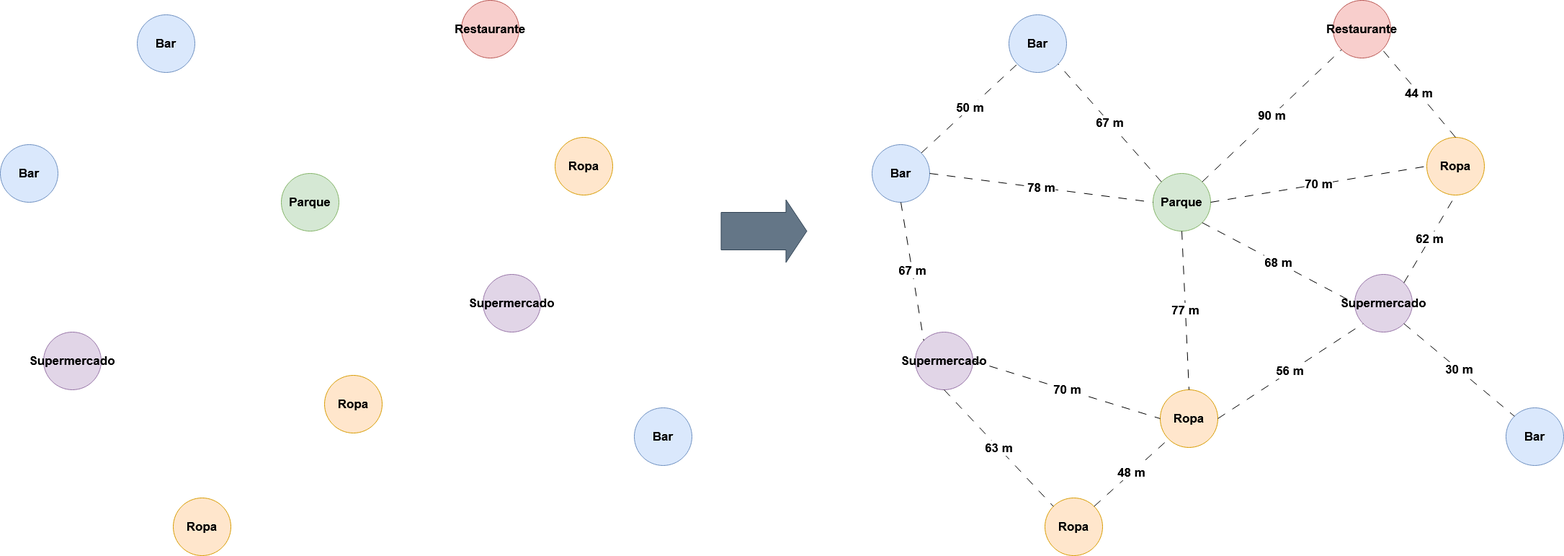
Above: memoria/img/Places.png in mariohu2001/TFG-Urban-Street-Mapping-Transfer (draw.io), before the change. Source tidied: cells renumbered, new cells last; positions are measured from the earlier drawing's top-left corner, leaving out a move shared by most shapes.
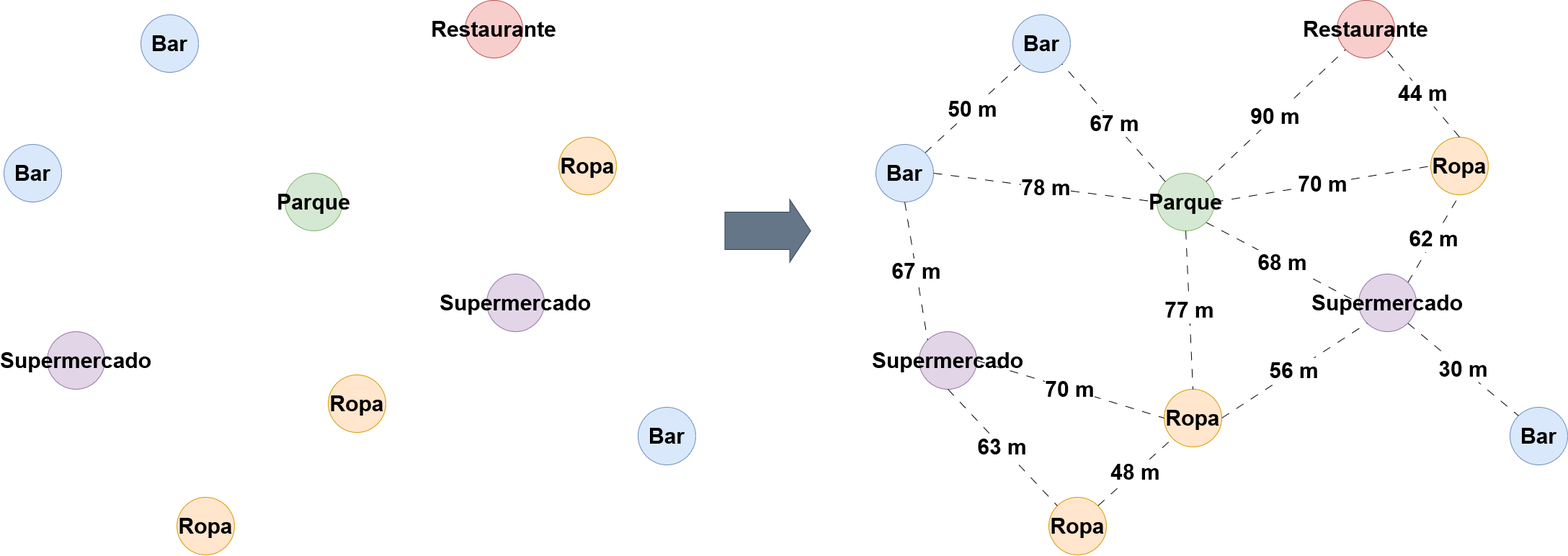
Later version of the same file.

Diff of the diagram source:
```diff
@@ -2,115 +2,115 @@
   <root>
     <mxCell id="0" />
     <mxCell id="1" parent="0" />
-    <mxCell id="2" value="Bar" style="ellipse;whiteSpace=wrap;html=1;fillColor=#dae8fc;strokeColor=#6c8ebf;fontSize=17;fontStyle=1;" parent="1" vertex="1">
+    <mxCell id="2" value="Bar" style="ellipse;whiteSpace=wrap;html=1;fillColor=#dae8fc;strokeColor=#6c8ebf;fontSize=30;fontStyle=1;" parent="1" vertex="1">
       <mxGeometry x="190" y="20" width="80" height="80" as="geometry" />
     </mxCell>
-    <mxCell id="3" value="Bar" style="ellipse;whiteSpace=wrap;html=1;fillColor=#dae8fc;strokeColor=#6c8ebf;fontSize=17;fontStyle=1;" parent="1" vertex="1">
+    <mxCell id="3" value="Bar" style="ellipse;whiteSpace=wrap;html=1;fillColor=#dae8fc;strokeColor=#6c8ebf;fontSize=30;fontStyle=1;" parent="1" vertex="1">
       <mxGeometry y="200" width="80" height="80" as="geometry" />
     </mxCell>
-    <mxCell id="4" value="Supermercado" style="ellipse;whiteSpace=wrap;html=1;fillColor=#e1d5e7;strokeColor=#9673a6;fontSize=17;fontStyle=1;" parent="1" vertex="1">
+    <mxCell id="4" value="Supermercado" style="ellipse;whiteSpace=wrap;html=1;fillColor=#e1d5e7;strokeColor=#9673a6;fontSize=30;fontStyle=1;" parent="1" vertex="1">
       <mxGeometry x="60" y="460" width="80" height="80" as="geometry" />
     </mxCell>
-    <mxCell id="5" value="Ropa" style="ellipse;whiteSpace=wrap;html=1;fillColor=#ffe6cc;strokeColor=#d79b00;fontSize=17;fontStyle=1;" parent="1" vertex="1">
+    <mxCell id="5" value="Ropa" style="ellipse;whiteSpace=wrap;html=1;fillColor=#ffe6cc;strokeColor=#d79b00;fontSize=30;fontStyle=1;" parent="1" vertex="1">
       <mxGeometry x="450" y="520" width="80" height="80" as="geometry" />
     </mxCell>
-    <mxCell id="6" value="Ropa" style="ellipse;whiteSpace=wrap;html=1;fillColor=#ffe6cc;strokeColor=#d79b00;fontSize=17;fontStyle=1;" parent="1" vertex="1">
+    <mxCell id="6" value="Ropa" style="ellipse;whiteSpace=wrap;html=1;fillColor=#ffe6cc;strokeColor=#d79b00;fontSize=30;fontStyle=1;" parent="1" vertex="1">
       <mxGeometry x="240" y="690" width="80" height="80" as="geometry" />
     </mxCell>
-    <mxCell id="7" value="Supermercado" style="ellipse;whiteSpace=wrap;html=1;fillColor=#e1d5e7;strokeColor=#9673a6;fontSize=17;fontStyle=1;" parent="1" vertex="1">
+    <mxCell id="7" value="Supermercado" style="ellipse;whiteSpace=wrap;html=1;fillColor=#e1d5e7;strokeColor=#9673a6;fontSize=30;fontStyle=1;" parent="1" vertex="1">
       <mxGeometry x="670" y="380" width="80" height="80" as="geometry" />
     </mxCell>
-    <mxCell id="8" value="Bar" style="ellipse;whiteSpace=wrap;html=1;fillColor=#dae8fc;strokeColor=#6c8ebf;fontSize=17;fontStyle=1;" parent="1" vertex="1">
+    <mxCell id="8" value="Bar" style="ellipse;whiteSpace=wrap;html=1;fillColor=#dae8fc;strokeColor=#6c8ebf;fontSize=30;fontStyle=1;" parent="1" vertex="1">
       <mxGeometry x="880" y="565" width="80" height="80" as="geometry" />
     </mxCell>
-    <mxCell id="9" value="Parque" style="ellipse;whiteSpace=wrap;html=1;fillColor=#d5e8d4;strokeColor=#82b366;fontSize=17;fontStyle=1;" parent="1" vertex="1">
+    <mxCell id="9" value="Parque" style="ellipse;whiteSpace=wrap;html=1;fillColor=#d5e8d4;strokeColor=#82b366;fontSize=30;fontStyle=1;" parent="1" vertex="1">
       <mxGeometry x="390" y="240" width="80" height="80" as="geometry" />
     </mxCell>
-    <mxCell id="10" value="Restaurante" style="ellipse;whiteSpace=wrap;html=1;fillColor=#f8cecc;strokeColor=#b85450;fontSize=17;fontStyle=1;" parent="1" vertex="1">
+    <mxCell id="10" value="Restaurante" style="ellipse;whiteSpace=wrap;html=1;fillColor=#f8cecc;strokeColor=#b85450;fontSize=30;fontStyle=1;" parent="1" vertex="1">
       <mxGeometry x="640" width="80" height="80" as="geometry" />
     </mxCell>
-    <mxCell id="11" value="Ropa" style="ellipse;whiteSpace=wrap;html=1;fillColor=#ffe6cc;strokeColor=#d79b00;fontSize=17;fontStyle=1;" parent="1" vertex="1">
+    <mxCell id="11" value="Ropa" style="ellipse;whiteSpace=wrap;html=1;fillColor=#ffe6cc;strokeColor=#d79b00;fontSize=30;fontStyle=1;" parent="1" vertex="1">
       <mxGeometry x="770" y="190" width="80" height="80" as="geometry" />
     </mxCell>
-    <mxCell id="12" style="shape=flexArrow;endArrow=classic;html=1;rounded=0;strokeWidth=1;arcSize=20;endSize=9.33;startSize=12;endWidth=34;width=52;fillColor=#647687;strokeColor=#314354;" parent="1" edge="1">
+    <mxCell id="12" style="shape=flexArrow;endArrow=classic;html=1;rounded=0;strokeWidth=1;arcSize=20;endSize=9.33;startSize=12;endWidth=34;width=52;fillColor=#647687;strokeColor=#314354;fontSize=30;" parent="1" edge="1">
       <mxGeometry relative="1" as="geometry">
         <mxPoint x="1000" y="320" as="sourcePoint" />
         <mxPoint x="1120" y="320" as="targetPoint" />
       </mxGeometry>
     </mxCell>
-    <mxCell id="13" value="Bar" style="ellipse;whiteSpace=wrap;html=1;fillColor=#dae8fc;strokeColor=#6c8ebf;fontStyle=1;fontSize=17;" parent="1" vertex="1">
+    <mxCell id="13" value="Bar" style="ellipse;whiteSpace=wrap;html=1;fillColor=#dae8fc;strokeColor=#6c8ebf;fontStyle=1;fontSize=30;" parent="1" vertex="1">
       <mxGeometry x="1400" y="20" width="80" height="80" as="geometry" />
     </mxCell>
-    <mxCell id="14" value="50 m" style="rounded=0;jettySize=auto;html=1;exitX=1;exitY=0;exitDx=0;exitDy=0;entryX=0;entryY=1;entryDx=0;entryDy=0;endArrow=none;endFill=0;dashed=1;dashPattern=12 12;fontSize=17;fontStyle=1;" parent="1" edge="1" source="15" target="13">
+    <mxCell id="14" value="50 m" style="rounded=0;jettySize=auto;html=1;exitX=1;exitY=0;exitDx=0;exitDy=0;entryX=0;entryY=1;entryDx=0;entryDy=0;endArrow=none;endFill=0;dashed=1;dashPattern=12 12;fontSize=30;fontStyle=1;" parent="1" edge="1" source="15" target="13">
       <mxGeometry relative="1" as="geometry" />
     </mxCell>
-    <mxCell id="15" value="Bar" style="ellipse;whiteSpace=wrap;html=1;fillColor=#dae8fc;strokeColor=#6c8ebf;fontStyle=1;fontSize=17;" parent="1" vertex="1">
+    <mxCell id="15" value="Bar" style="ellipse;whiteSpace=wrap;html=1;fillColor=#dae8fc;strokeColor=#6c8ebf;fontStyle=1;fontSize=30;" parent="1" vertex="1">
       <mxGeometry x="1210" y="200" width="80" height="80" as="geometry" />
     </mxCell>
-    <mxCell id="16" value="Supermercado" style="ellipse;whiteSpace=wrap;html=1;fillColor=#e1d5e7;strokeColor=#9673a6;fontStyle=1;fontSize=17;" parent="1" vertex="1">
+    <mxCell id="16" value="Supermercado" style="ellipse;whiteSpace=wrap;html=1;fillColor=#e1d5e7;strokeColor=#9673a6;fontStyle=1;fontSize=30;" parent="1" vertex="1">
       <mxGeometry x="1270" y="460" width="80" height="80" as="geometry" />
     </mxCell>
-    <mxCell id="17" value="Ropa" style="ellipse;whiteSpace=wrap;html=1;fillColor=#ffe6cc;strokeColor=#d79b00;fontStyle=1;fontSize=17;" parent="1" vertex="1">
+    <mxCell id="17" value="Ropa" style="ellipse;whiteSpace=wrap;html=1;fillColor=#ffe6cc;strokeColor=#d79b00;fontStyle=1;fontSize=30;" parent="1" vertex="1">
       <mxGeometry x="1610" y="540" width="80" height="80" as="geometry" />
     </mxCell>
-    <mxCell id="18" value="Ropa" style="ellipse;whiteSpace=wrap;html=1;fillColor=#ffe6cc;strokeColor=#d79b00;fontStyle=1;fontSize=17;" parent="1" vertex="1">
+    <mxCell id="18" value="Ropa" style="ellipse;whiteSpace=wrap;html=1;fillColor=#ffe6cc;strokeColor=#d79b00;fontStyle=1;fontSize=30;" parent="1" vertex="1">
       <mxGeometry x="1450" y="690" width="80" height="80" as="geometry" />
     </mxCell>
-    <mxCell id="19" value="Supermercado" style="ellipse;whiteSpace=wrap;html=1;fillColor=#e1d5e7;strokeColor=#9673a6;fontStyle=1;fontSize=17;" parent="1" vertex="1">
+    <mxCell id="19" value="Supermercado" style="ellipse;whiteSpace=wrap;html=1;fillColor=#e1d5e7;strokeColor=#9673a6;fontStyle=1;fontSize=30;" parent="1" vertex="1">
       <mxGeometry x="1880" y="380" width="80" height="80" as="geometry" />
     </mxCell>
-    <mxCell id="20" value="Bar" style="ellipse;whiteSpace=wrap;html=1;fillColor=#dae8fc;strokeColor=#6c8ebf;fontStyle=1;fontSize=17;" parent="1" vertex="1">
+    <mxCell id="20" value="Bar" style="ellipse;whiteSpace=wrap;html=1;fillColor=#dae8fc;strokeColor=#6c8ebf;fontStyle=1;fontSize=30;" parent="1" vertex="1">
       <mxGeometry x="2090" y="565" width="80" height="80" as="geometry" />
     </mxCell>
-    <mxCell id="21" value="Parque" style="ellipse;whiteSpace=wrap;html=1;fillColor=#d5e8d4;strokeColor=#82b366;fontStyle=1;fontSize=17;" parent="1" vertex="1">
+    <mxCell id="21" value="Parque" style="ellipse;whiteSpace=wrap;html=1;fillColor=#d5e8d4;strokeColor=#82b366;fontStyle=1;fontSize=30;" parent="1" vertex="1">
       <mxGeometry x="1600" y="240" width="80" height="80" as="geometry" />
     </mxCell>
-    <mxCell id="22" value="Restaurante" style="ellipse;whiteSpace=wrap;html=1;fillColor=#f8cecc;strokeColor=#b85450;fontStyle=1;fontSize=17;" parent="1" vertex="1">
+    <mxCell id="22" value="Restaurante" style="ellipse;whiteSpace=wrap;html=1;fillColor=#f8cecc;strokeColor=#b85450;fontStyle=1;fontSize=30;" parent="1" vertex="1">
       <mxGeometry x="1850" width="80" height="80" as="geometry" />
     </mxCell>
-    <mxCell id="23" value="Ropa" style="ellipse;whiteSpace=wrap;html=1;fillColor=#ffe6cc;strokeColor=#d79b00;fontStyle=1;fontSize=17;" parent="1" vertex="1">
+    <mxCell id="23" value="Ropa" style="ellipse;whiteSpace=wrap;html=1;fillColor=#ffe6cc;strokeColor=#d79b00;fontStyle=1;fontSize=30;" parent="1" vertex="1">
       <mxGeometry x="1980" y="190" width="80" height="80" as="geometry" />
     </mxCell>
-    <mxCell id="24" value="67 m" style="rounded=0;jettySize=auto;html=1;exitX=0;exitY=0;exitDx=0;exitDy=0;entryX=1;entryY=1;entryDx=0;entryDy=0;endArrow=none;endFill=0;dashed=1;dashPattern=12 12;fontSize=17;fontStyle=1;" parent="1" edge="1" source="21" target="13">
+    <mxCell id="24" value="67 m" style="rounded=0;jettySize=auto;html=1;exitX=0;exitY=0;exitDx=0;exitDy=0;entryX=1;entryY=1;entryDx=0;entryDy=0;endArrow=none;endFill=0;dashed=1;dashPattern=12 12;fontSize=30;fontStyle=1;" parent="1" edge="1" source="21" target="13">
       <mxGeometry relative="1" as="geometry" />
     </mxCell>
-    <mxCell id="25" value="70 m" style="rounded=0;jettySize=auto;html=1;exitX=1;exitY=0.5;exitDx=0;exitDy=0;entryX=0;entryY=0.5;entryDx=0;entryDy=0;endArrow=none;endFill=0;dashed=1;dashPattern=12 12;fontSize=17;fontStyle=1;" parent="1" edge="1" source="21" target="23">
+    <mxCell id="25" value="70 m" style="rounded=0;jettySize=auto;html=1;exitX=1;exitY=0.5;exitDx=0;exitDy=0;entryX=0;entryY=0.5;entryDx=0;entryDy=0;endArrow=none;endFill=0;dashed=1;dashPattern=12 12;fontSize=30;fontStyle=1;" parent="1" edge="1" source="21" target="23">
       <mxGeometry relative="1" as="geometry" />
     </mxCell>
-    <mxCell id="26" value="44 m" style="rounded=0;jettySize=auto;html=1;exitX=0.5;exitY=0;exitDx=0;exitDy=0;entryX=1;entryY=1;entryDx=0;entryDy=0;endArrow=none;endFill=0;dashed=1;dashPattern=12 12;fontSize=17;fontStyle=1;" parent="1" edge="1" source="23" target="22">
+    <mxCell id="26" value="44 m" style="rounded=0;jettySize=auto;html=1;exitX=0.5;exitY=0;exitDx=0;exitDy=0;entryX=1;entryY=1;entryDx=0;entryDy=0;endArrow=none;endFill=0;dashed=1;dashPattern=12 12;fontSize=30;fontStyle=1;" parent="1" edge="1" source="23" target="22">
       <mxGeometry relative="1" as="geometry" />
     </mxCell>
-    <mxCell id="27" value="62 m" style="rounded=0;jettySize=auto;html=1;exitX=1;exitY=0;exitDx=0;exitDy=0;entryX=0.5;entryY=1;entryDx=0;entryDy=0;endArrow=none;endFill=0;dashed=1;dashPattern=12 12;fontSize=17;fontStyle=1;" parent="1" edge="1" source="19" target="23">
+    <mxCell id="27" value="62 m" style="rounded=0;jettySize=auto;html=1;exitX=1;exitY=0;exitDx=0;exitDy=0;entryX=0.5;entryY=1;entryDx=0;entryDy=0;endArrow=none;endFill=0;dashed=1;dashPattern=12 12;fontSize=30;fontStyle=1;" parent="1" edge="1" source="19" target="23">
       <mxGeometry relative="1" as="geometry" />
     </mxCell>
-    <mxCell id="28" value="68 m" style="rounded=0;jettySize=auto;html=1;exitX=1;exitY=1;exitDx=0;exitDy=0;entryX=0;entryY=0.5;entryDx=0;entryDy=0;endArrow=none;endFill=0;dashed=1;dashPattern=12 12;fontSize=17;fontStyle=1;" parent="1" edge="1" source="21" target="19">
+    <mxCell id="28" value="68 m" style="rounded=0;jettySize=auto;html=1;exitX=1;exitY=1;exitDx=0;exitDy=0;entryX=0;entryY=0.5;entryDx=0;entryDy=0;endArrow=none;endFill=0;dashed=1;dashPattern=12 12;fontSize=30;fontStyle=1;" parent="1" edge="1" source="21" target="19">
       <mxGeometry relative="1" as="geometry" />
     </mxCell>
-    <mxCell id="29" value="30 m" style="rounded=0;jettySize=auto;html=1;exitX=1;exitY=1;exitDx=0;exitDy=0;entryX=0;entryY=0;entryDx=0;entryDy=0;endArrow=none;endFill=0;dashed=1;dashPattern=12 12;fontSize=17;fontStyle=1;" parent="1" edge="1" source="19" target="20">
+    <mxCell id="29" value="30 m" style="rounded=0;jettySize=auto;html=1;exitX=1;exitY=1;exitDx=0;exitDy=0;entryX=0;entryY=0;entryDx=0;entryDy=0;endArrow=none;endFill=0;dashed=1;dashPattern=12 12;fontSize=30;fontStyle=1;" parent="1" edge="1" source="19" target="20">
       <mxGeometry relative="1" as="geometry" />
     </mxCell>
-    <mxCell id="30" value="56 m" style="rounded=0;jettySize=auto;html=1;exitX=1;exitY=0.5;exitDx=0;exitDy=0;entryX=0;entryY=1;entryDx=0;entryDy=0;endArrow=none;endFill=0;dashed=1;dashPattern=12 12;fontSize=17;fontStyle=1;" parent="1" edge="1" source="17" target="19">
+    <mxCell id="30" value="56 m" style="rounded=0;jettySize=auto;html=1;exitX=1;exitY=0.5;exitDx=0;exitDy=0;entryX=0;entryY=1;entryDx=0;entryDy=0;endArrow=none;endFill=0;dashed=1;dashPattern=12 12;fontSize=30;fontStyle=1;" parent="1" edge="1" source="17" target="19">
       <mxGeometry relative="1" as="geometry" />
     </mxCell>
-    <mxCell id="31" value="77 m" style="rounded=0;jettySize=auto;html=1;entryX=0.5;entryY=0;entryDx=0;entryDy=0;endArrow=none;endFill=0;dashed=1;dashPattern=12 12;exitX=0.5;exitY=1;exitDx=0;exitDy=0;fontSize=17;fontStyle=1;" parent="1" edge="1" source="21" target="17">
+    <mxCell id="31" value="77 m" style="rounded=0;jettySize=auto;html=1;entryX=0.5;entryY=0;entryDx=0;entryDy=0;endArrow=none;endFill=0;dashed=1;dashPattern=12 12;exitX=0.5;exitY=1;exitDx=0;exitDy=0;fontSize=30;fontStyle=1;" parent="1" edge="1" source="21" target="17">
       <mxGeometry relative="1" as="geometry" />
     </mxCell>
-    <mxCell id="32" value="48 m" style="rounded=0;jettySize=auto;html=1;exitX=1;exitY=0;exitDx=0;exitDy=0;entryX=0;entryY=1;entryDx=0;entryDy=0;endArrow=none;endFill=0;dashed=1;dashPattern=12 12;fontSize=17;fontStyle=1;" parent="1" edge="1" source="18" target="17">
+    <mxCell id="32" value="48 m" style="rounded=0;jettySize=auto;html=1;exitX=1;exitY=0;exitDx=0;exitDy=0;entryX=0;entryY=1;entryDx=0;entryDy=0;endArrow=none;endFill=0;dashed=1;dashPattern=12 12;fontSize=30;fontStyle=1;" parent="1" edge="1" source="18" target="17">
       <mxGeometry relative="1" as="geometry" />
     </mxCell>
-    <mxCell id="33" value="70 m" style="rounded=0;jettySize=auto;html=1;exitX=1;exitY=0.5;exitDx=0;exitDy=0;entryX=0;entryY=0.5;entryDx=0;entryDy=0;endArrow=none;endFill=0;dashed=1;dashPattern=12 12;fontSize=17;fontStyle=1;" parent="1" edge="1" source="16" target="17">
+    <mxCell id="33" value="70 m" style="rounded=0;jettySize=auto;html=1;exitX=1;exitY=0.5;exitDx=0;exitDy=0;entryX=0;entryY=0.5;entryDx=0;entryDy=0;endArrow=none;endFill=0;dashed=1;dashPattern=12 12;fontSize=30;fontStyle=1;" parent="1" edge="1" source="16" target="17">
       <mxGeometry relative="1" as="geometry" />
     </mxCell>
-    <mxCell id="34" value="78 m" style="rounded=0;jettySize=auto;html=1;exitX=1;exitY=0.5;exitDx=0;exitDy=0;entryX=0;entryY=0.5;entryDx=0;entryDy=0;endArrow=none;endFill=0;dashed=1;dashPattern=12 12;fontSize=17;fontStyle=1;" parent="1" edge="1" source="15" target="21">
+    <mxCell id="34" value="78 m" style="rounded=0;jettySize=auto;html=1;exitX=1;exitY=0.5;exitDx=0;exitDy=0;entryX=0;entryY=0.5;entryDx=0;entryDy=0;endArrow=none;endFill=0;dashed=1;dashPattern=12 12;fontSize=30;fontStyle=1;" parent="1" edge="1" source="15" target="21">
       <mxGeometry relative="1" as="geometry" />
     </mxCell>
-    <mxCell id="35" value="67 m" style="rounded=0;jettySize=auto;html=1;exitX=0.5;exitY=1;exitDx=0;exitDy=0;entryX=0;entryY=0;entryDx=0;entryDy=0;endArrow=none;endFill=0;dashed=1;dashPattern=12 12;fontSize=17;fontStyle=1;" parent="1" edge="1" source="15" target="16">
+    <mxCell id="35" value="67 m" style="rounded=0;jettySize=auto;html=1;exitX=0.5;exitY=1;exitDx=0;exitDy=0;entryX=0;entryY=0;entryDx=0;entryDy=0;endArrow=none;endFill=0;dashed=1;dashPattern=12 12;fontSize=30;fontStyle=1;" parent="1" edge="1" source="15" target="16">
       <mxGeometry relative="1" as="geometry" />
     </mxCell>
-    <mxCell id="36" value="63 m" style="rounded=0;jettySize=auto;html=1;exitX=0.5;exitY=1;exitDx=0;exitDy=0;entryX=0;entryY=0;entryDx=0;entryDy=0;endArrow=none;endFill=0;dashed=1;dashPattern=12 12;fontSize=17;fontStyle=1;" parent="1" edge="1" source="16" target="18">
+    <mxCell id="36" value="63 m" style="rounded=0;jettySize=auto;html=1;exitX=0.5;exitY=1;exitDx=0;exitDy=0;entryX=0;entryY=0;entryDx=0;entryDy=0;endArrow=none;endFill=0;dashed=1;dashPattern=12 12;fontSize=30;fontStyle=1;" parent="1" edge="1" source="16" target="18">
       <mxGeometry relative="1" as="geometry" />
     </mxCell>
-    <mxCell id="37" value="90 m" style="rounded=0;jettySize=auto;html=1;entryX=0;entryY=1;entryDx=0;entryDy=0;endArrow=none;endFill=0;dashed=1;dashPattern=12 12;exitX=1;exitY=0;exitDx=0;exitDy=0;fontSize=17;fontStyle=1;" parent="1" edge="1" source="21" target="22">
+    <mxCell id="37" value="90 m" style="rounded=0;jettySize=auto;html=1;entryX=0;entryY=1;entryDx=0;entryDy=0;endArrow=none;endFill=0;dashed=1;dashPattern=12 12;exitX=1;exitY=0;exitDx=0;exitDy=0;fontSize=30;fontStyle=1;" parent="1" edge="1" source="21" target="22">
       <mxGeometry relative="1" as="geometry" />
     </mxCell>
   </root>
```
